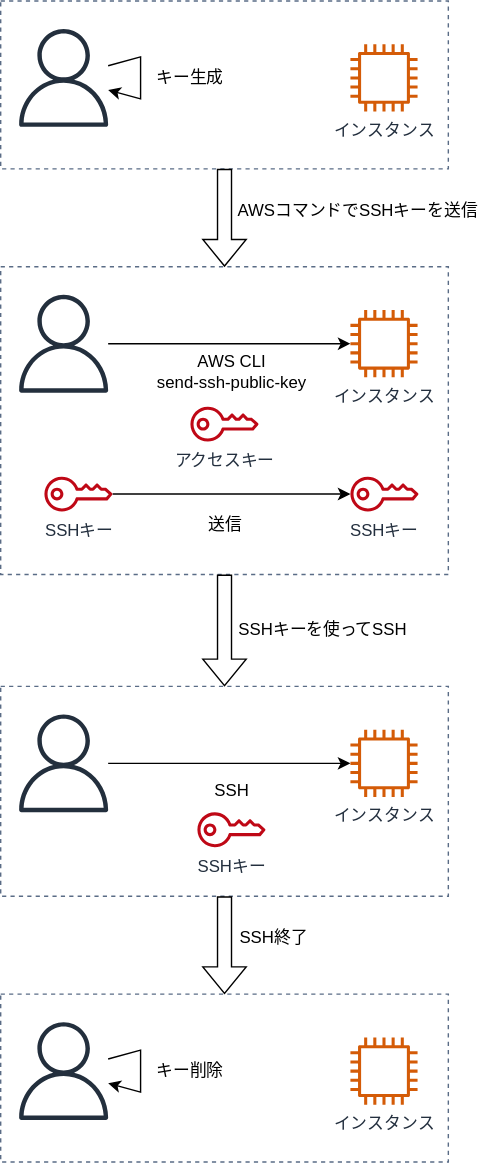
Above: images/send_key.drawio.svg in sensq/ssh-over-session-manager (draw.io), before the change. Source tidied: cells renumbered, new cells last; positions are measured from the earlier drawing's top-left corner, leaving out a move shared by most shapes. Source of this version:
```xml
<mxGraphModel>
  <root>
    <mxCell id="0" />
    <mxCell id="1" parent="0" />
    <mxCell id="2" style="fillColor=none;strokeColor=#5A6C86;dashed=1;verticalAlign=top;fontStyle=0;fontColor=#5A6C86;" parent="1" vertex="1">
      <mxGeometry width="320" height="120" as="geometry" />
    </mxCell>
    <mxCell id="3" value="インスタンス" style="sketch=0;fontColor=#232F3E;gradientColor=none;fillColor=#D45B07;strokeColor=none;dashed=0;verticalLabelPosition=bottom;verticalAlign=top;align=center;html=1;fontSize=12;fontStyle=0;shape=mxgraph.aws4.instance2;" parent="1" vertex="1">
      <mxGeometry x="250" y="31" width="48" height="48" as="geometry" />
    </mxCell>
    <mxCell id="4" style="sketch=0;outlineConnect=0;fontColor=#232F3E;gradientColor=none;fillColor=#232F3D;strokeColor=none;dashed=0;verticalLabelPosition=bottom;verticalAlign=top;align=center;html=1;fontSize=12;fontStyle=0;shape=mxgraph.aws4.user;points=[[0.25,0],[0.5,0],[0.75,0],[0,0.25],[0,0.5],[0,0.75],[0.25,1],[0.5,1],[0.75,1],[1,0.25],[1,0.5],[1,0.75]];" parent="1" vertex="1">
      <mxGeometry x="10" y="20" width="70" height="70" as="geometry" />
    </mxCell>
    <mxCell id="5" style="fillColor=none;strokeColor=#5A6C86;dashed=1;verticalAlign=top;fontStyle=0;fontColor=#5A6C86;" parent="1" vertex="1">
      <mxGeometry y="190" width="320" height="220" as="geometry" />
    </mxCell>
    <mxCell id="6" value="インスタンス" style="sketch=0;outlineConnect=0;fontColor=#232F3E;gradientColor=none;fillColor=#D45B07;strokeColor=none;dashed=0;verticalLabelPosition=bottom;verticalAlign=top;align=center;html=1;fontSize=12;fontStyle=0;shape=mxgraph.aws4.instance2;points=[[0.25,0],[0.5,0],[0.75,0],[0,0.25],[0,0.5],[0,0.75],[0.25,1],[0.5,1],[0.75,1],[1,0.25],[1,0.5],[1,0.75]];" parent="1" vertex="1">
      <mxGeometry x="250" y="221" width="48" height="48" as="geometry" />
    </mxCell>
    <mxCell id="7" style="edgeStyle=orthogonalEdgeStyle;rounded=0;html=1;entryX=0;entryY=0.5;entryDx=0;entryDy=0;fontColor=#FF0000;" parent="1" edge="1" source="8" target="6">
      <mxGeometry relative="1" as="geometry" />
    </mxCell>
    <mxCell id="8" style="sketch=0;outlineConnect=0;fontColor=#232F3E;gradientColor=none;fillColor=#232F3D;strokeColor=none;dashed=0;verticalLabelPosition=bottom;verticalAlign=top;align=center;html=1;fontSize=12;fontStyle=0;shape=mxgraph.aws4.user;points=[[0.25,0],[0.5,0],[0.75,0],[0,0.25],[0,0.5],[0,0.75],[0.25,1],[0.5,1],[0.75,1],[1,0.25],[1,0.5],[1,0.75]];" parent="1" vertex="1">
      <mxGeometry x="10" y="210" width="70" height="70" as="geometry" />
    </mxCell>
    <mxCell id="9" value="キー生成" style="text;html=1;align=center;verticalAlign=middle;strokeColor=none;fillColor=none;fontColor=#000000;" parent="1" vertex="1">
      <mxGeometry x="105" y="45" width="60" height="20" as="geometry" />
    </mxCell>
    <mxCell id="10" style="edgeStyle=none;rounded=0;html=1;fontColor=#000000;" parent="1" edge="1" source="4" target="4">
      <mxGeometry relative="1" as="geometry">
        <Array as="points">
          <mxPoint x="100" y="70" />
        </Array>
      </mxGeometry>
    </mxCell>
    <mxCell id="11" style="edgeStyle=none;rounded=0;html=1;fontColor=#000000;" parent="1" edge="1" source="12" target="15">
      <mxGeometry relative="1" as="geometry" />
    </mxCell>
    <mxCell id="12" value="SSHキー" style="sketch=0;outlineConnect=0;fontColor=#232F3E;gradientColor=none;fillColor=#BF0816;strokeColor=none;dashed=0;verticalLabelPosition=bottom;verticalAlign=top;align=center;html=1;fontSize=12;fontStyle=0;shape=mxgraph.aws4.addon;points=[[0.25,0],[0.5,0],[0.75,0],[0,0.25],[0,0.5],[0,0.75],[0.25,1],[0.5,1],[0.75,1],[1,0.25],[1,0.5],[1,0.75]];" parent="1" vertex="1">
      <mxGeometry x="31.2" y="340" width="48.8" height="25" as="geometry" />
    </mxCell>
    <mxCell id="13" value="アクセスキー" style="sketch=0;fontColor=#232F3E;gradientColor=none;fillColor=#BF0816;strokeColor=none;dashed=0;verticalLabelPosition=bottom;verticalAlign=top;align=center;html=1;fontSize=12;fontStyle=0;shape=mxgraph.aws4.addon;" parent="1" vertex="1">
      <mxGeometry x="135.6" y="290" width="48.8" height="25" as="geometry" />
    </mxCell>
    <mxCell id="14" value="AWS CLI&lt;br&gt;send-ssh-public-key" style="text;html=1;align=center;verticalAlign=middle;strokeColor=none;fillColor=none;fontColor=#000000;" parent="1" vertex="1">
      <mxGeometry x="105" y="250" width="120" height="30" as="geometry" />
    </mxCell>
    <mxCell id="15" value="SSHキー" style="sketch=0;outlineConnect=0;fontColor=#232F3E;gradientColor=none;fillColor=#BF0816;strokeColor=none;dashed=0;verticalLabelPosition=bottom;verticalAlign=top;align=center;html=1;fontSize=12;fontStyle=0;shape=mxgraph.aws4.addon;points=[[0.25,0],[0.5,0],[0.75,0],[0,0.25],[0,0.5],[0,0.75],[0.25,1],[0.5,1],[0.75,1],[1,0.25],[1,0.5],[1,0.75]];" parent="1" vertex="1">
      <mxGeometry x="250" y="340" width="48.8" height="25" as="geometry" />
    </mxCell>
    <mxCell id="16" value="送信" style="text;html=1;align=center;verticalAlign=middle;strokeColor=none;fillColor=none;fontColor=#000000;" parent="1" vertex="1">
      <mxGeometry x="140" y="365" width="40" height="20" as="geometry" />
    </mxCell>
    <mxCell id="17" style="fillColor=none;strokeColor=#5A6C86;dashed=1;verticalAlign=top;fontStyle=0;fontColor=#5A6C86;" parent="1" vertex="1">
      <mxGeometry y="490" width="320" height="150" as="geometry" />
    </mxCell>
    <mxCell id="18" value="インスタンス" style="sketch=0;outlineConnect=0;fontColor=#232F3E;gradientColor=none;fillColor=#D45B07;strokeColor=none;dashed=0;verticalLabelPosition=bottom;verticalAlign=top;align=center;html=1;fontSize=12;fontStyle=0;shape=mxgraph.aws4.instance2;points=[[0.25,0],[0.5,0],[0.75,0],[0,0.25],[0,0.5],[0,0.75],[0.25,1],[0.5,1],[0.75,1],[1,0.25],[1,0.5],[1,0.75]];" parent="1" vertex="1">
      <mxGeometry x="250" y="521" width="48" height="48" as="geometry" />
    </mxCell>
    <mxCell id="19" style="edgeStyle=orthogonalEdgeStyle;rounded=0;html=1;entryX=0;entryY=0.5;entryDx=0;entryDy=0;fontColor=#FF0000;" parent="1" edge="1" source="20" target="18">
      <mxGeometry relative="1" as="geometry" />
    </mxCell>
    <mxCell id="20" style="sketch=0;outlineConnect=0;fontColor=#232F3E;gradientColor=none;fillColor=#232F3D;strokeColor=none;dashed=0;verticalLabelPosition=bottom;verticalAlign=top;align=center;html=1;fontSize=12;fontStyle=0;shape=mxgraph.aws4.user;points=[[0.25,0],[0.5,0],[0.75,0],[0,0.25],[0,0.5],[0,0.75],[0.25,1],[0.5,1],[0.75,1],[1,0.25],[1,0.5],[1,0.75]];" parent="1" vertex="1">
      <mxGeometry x="10" y="510" width="70" height="70" as="geometry" />
    </mxCell>
    <mxCell id="21" value="SSHキー" style="sketch=0;fontColor=#232F3E;gradientColor=none;fillColor=#BF0816;strokeColor=none;dashed=0;verticalLabelPosition=bottom;verticalAlign=top;align=center;html=1;fontSize=12;fontStyle=0;shape=mxgraph.aws4.addon;" parent="1" vertex="1">
      <mxGeometry x="140.6" y="580" width="48.8" height="25" as="geometry" />
    </mxCell>
    <mxCell id="22" value="SSH" style="text;html=1;align=center;verticalAlign=middle;strokeColor=none;fillColor=none;fontColor=#000000;" parent="1" vertex="1">
      <mxGeometry x="145" y="555" width="40" height="20" as="geometry" />
    </mxCell>
    <mxCell id="23" style="shape=flexArrow;endArrow=classic;html=1;rounded=0;fontColor=#000000;" parent="1" edge="1" source="2" target="5">
      <mxGeometry relative="1" as="geometry" />
    </mxCell>
    <mxCell id="24" style="shape=flexArrow;endArrow=classic;html=1;rounded=0;fontColor=#000000;" parent="1" edge="1" source="5" target="17">
      <mxGeometry relative="1" as="geometry" />
    </mxCell>
    <mxCell id="25" value="AWSコマンドでSSHキーを送信" style="text;html=1;align=center;verticalAlign=middle;strokeColor=none;fillColor=none;fontColor=#000000;" parent="1" vertex="1">
      <mxGeometry x="160" y="140" width="190" height="20" as="geometry" />
    </mxCell>
    <mxCell id="26" value="SSHキーを使ってSSH" style="text;html=1;align=center;verticalAlign=middle;strokeColor=none;fillColor=none;fontColor=#000000;" parent="1" vertex="1">
      <mxGeometry x="160" y="440" width="140" height="20" as="geometry" />
    </mxCell>
    <mxCell id="27" style="fillColor=none;strokeColor=#5A6C86;dashed=1;verticalAlign=top;fontStyle=0;fontColor=#5A6C86;" parent="1" vertex="1">
      <mxGeometry y="710" width="320" height="120" as="geometry" />
    </mxCell>
    <mxCell id="28" value="インスタンス" style="sketch=0;fontColor=#232F3E;gradientColor=none;fillColor=#D45B07;strokeColor=none;dashed=0;verticalLabelPosition=bottom;verticalAlign=top;align=center;html=1;fontSize=12;fontStyle=0;shape=mxgraph.aws4.instance2;" parent="1" vertex="1">
      <mxGeometry x="250" y="741" width="48" height="48" as="geometry" />
    </mxCell>
    <mxCell id="29" style="sketch=0;outlineConnect=0;fontColor=#232F3E;gradientColor=none;fillColor=#232F3D;strokeColor=none;dashed=0;verticalLabelPosition=bottom;verticalAlign=top;align=center;html=1;fontSize=12;fontStyle=0;shape=mxgraph.aws4.user;points=[[0.25,0],[0.5,0],[0.75,0],[0,0.25],[0,0.5],[0,0.75],[0.25,1],[0.5,1],[0.75,1],[1,0.25],[1,0.5],[1,0.75]];" parent="1" vertex="1">
      <mxGeometry x="10" y="730" width="70" height="70" as="geometry" />
    </mxCell>
    <mxCell id="30" value="キー削除" style="text;html=1;align=center;verticalAlign=middle;strokeColor=none;fillColor=none;fontColor=#000000;" parent="1" vertex="1">
      <mxGeometry x="105" y="755" width="60" height="20" as="geometry" />
    </mxCell>
    <mxCell id="31" style="edgeStyle=none;rounded=0;html=1;fontColor=#000000;" parent="1" edge="1" source="29" target="29">
      <mxGeometry relative="1" as="geometry">
        <Array as="points">
          <mxPoint x="100" y="780" />
        </Array>
      </mxGeometry>
    </mxCell>
    <mxCell id="32" style="shape=flexArrow;endArrow=classic;html=1;rounded=0;fontColor=#000000;" parent="1" edge="1" source="17" target="27">
      <mxGeometry relative="1" as="geometry" />
    </mxCell>
    <mxCell id="33" value="SSH終了" style="text;html=1;align=center;verticalAlign=middle;strokeColor=none;fillColor=none;fontColor=#000000;" parent="1" vertex="1">
      <mxGeometry x="165" y="660" width="60" height="20" as="geometry" />
    </mxCell>
  </root>
</mxGraphModel>
```
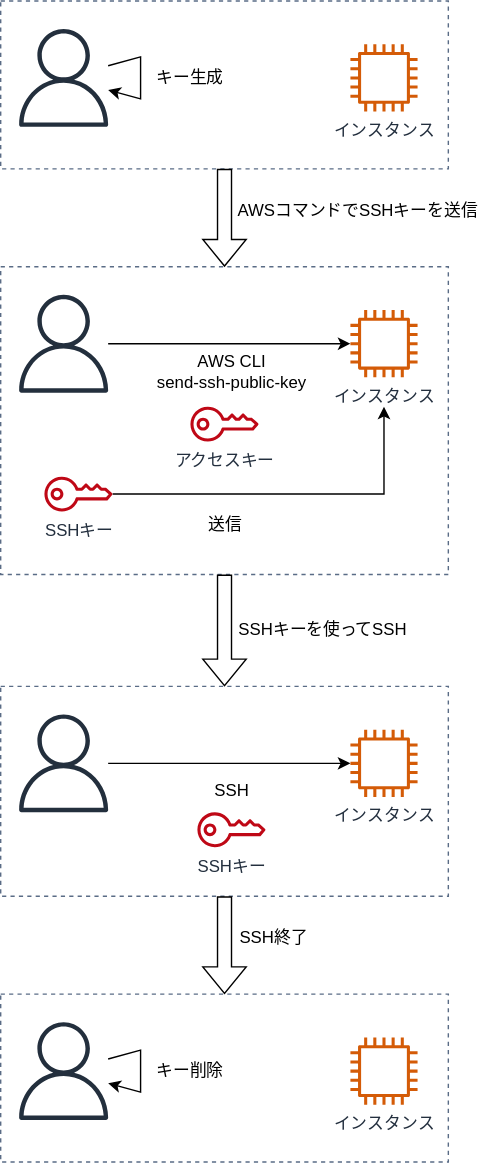
The same diagram one commit later.

The edit, as a diff of the source:
```diff
@@ -33,8 +33,10 @@
         </Array>
       </mxGeometry>
     </mxCell>
-    <mxCell id="11" style="edgeStyle=none;rounded=0;html=1;fontColor=#000000;" parent="1" edge="1" source="12" target="15">
-      <mxGeometry relative="1" as="geometry" />
+    <mxCell id="11" style="edgeStyle=orthogonalEdgeStyle;rounded=0;html=1;fontColor=#000000;" parent="1" edge="1" source="12">
+      <mxGeometry relative="1" as="geometry">
+        <mxPoint x="274" y="290" as="targetPoint" />
+      </mxGeometry>
     </mxCell>
     <mxCell id="12" value="SSHキー" style="sketch=0;outlineConnect=0;fontColor=#232F3E;gradientColor=none;fillColor=#BF0816;strokeColor=none;dashed=0;verticalLabelPosition=bottom;verticalAlign=top;align=center;html=1;fontSize=12;fontStyle=0;shape=mxgraph.aws4.addon;points=[[0.25,0],[0.5,0],[0.75,0],[0,0.25],[0,0.5],[0,0.75],[0.25,1],[0.5,1],[0.75,1],[1,0.25],[1,0.5],[1,0.75]];" parent="1" vertex="1">
       <mxGeometry x="31.2" y="340" width="48.8" height="25" as="geometry" />
@@ -45,9 +47,6 @@
     <mxCell id="14" value="AWS CLI&lt;br&gt;send-ssh-public-key" style="text;html=1;align=center;verticalAlign=middle;strokeColor=none;fillColor=none;fontColor=#000000;" parent="1" vertex="1">
       <mxGeometry x="105" y="250" width="120" height="30" as="geometry" />
     </mxCell>
-    <mxCell id="15" value="SSHキー" style="sketch=0;outlineConnect=0;fontColor=#232F3E;gradientColor=none;fillColor=#BF0816;strokeColor=none;dashed=0;verticalLabelPosition=bottom;verticalAlign=top;align=center;html=1;fontSize=12;fontStyle=0;shape=mxgraph.aws4.addon;points=[[0.25,0],[0.5,0],[0.75,0],[0,0.25],[0,0.5],[0,0.75],[0.25,1],[0.5,1],[0.75,1],[1,0.25],[1,0.5],[1,0.75]];" parent="1" vertex="1">
-      <mxGeometry x="250" y="340" width="48.8" height="25" as="geometry" />
-    </mxCell>
     <mxCell id="16" value="送信" style="text;html=1;align=center;verticalAlign=middle;strokeColor=none;fillColor=none;fontColor=#000000;" parent="1" vertex="1">
       <mxGeometry x="140" y="365" width="40" height="20" as="geometry" />
     </mxCell>
```
